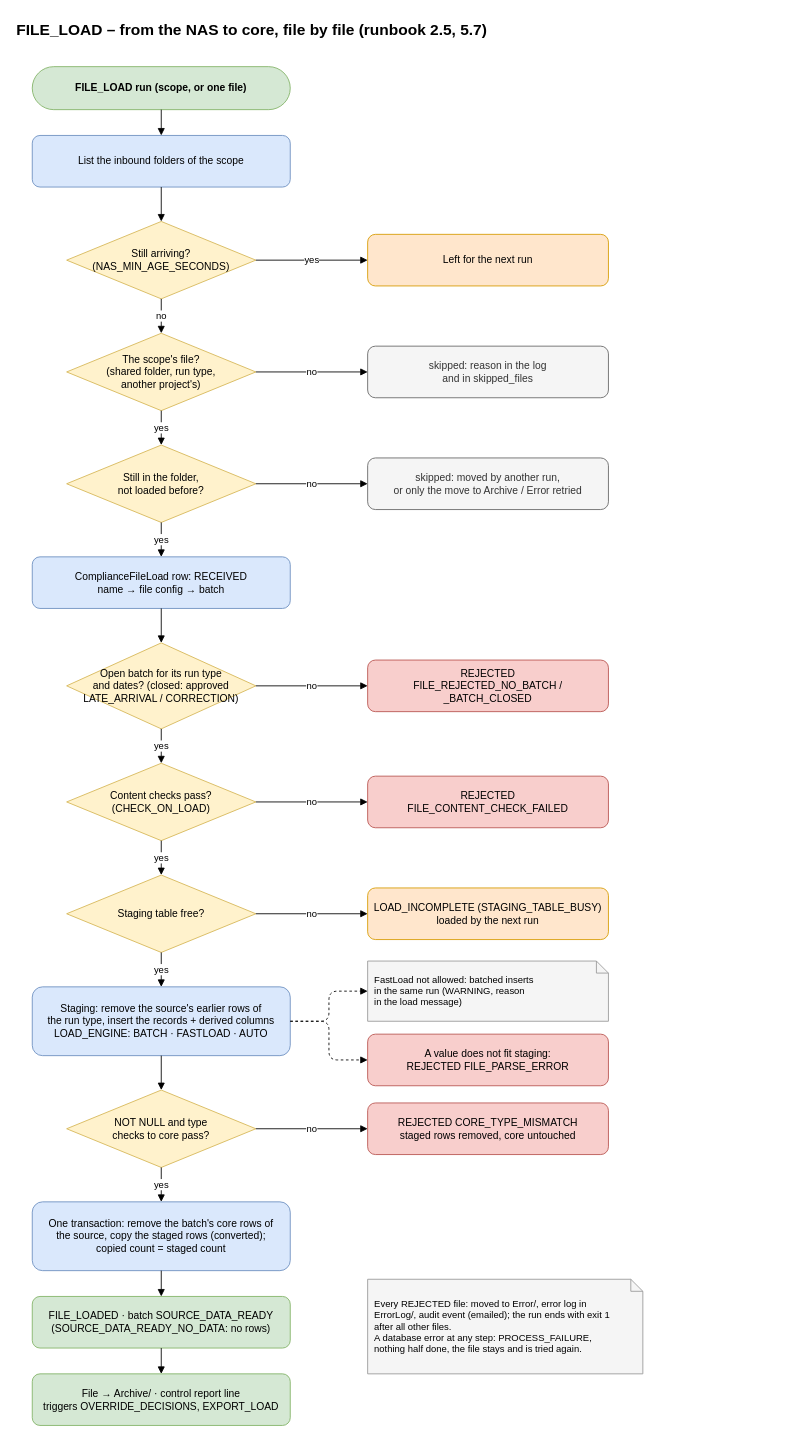
Above: airflow_resources/docs/diagrams/pages/06_file_load.drawio in trinathgundavaram/framework (draw.io), before the change. Source tidied: cells renumbered, new cells numbered last; positions are measured from the earlier drawing's top-left corner, leaving out a move shared by most shapes. Both pictures are drawn from the tidied source at 86%, with x=0, y=0 at pixel (15, 15).
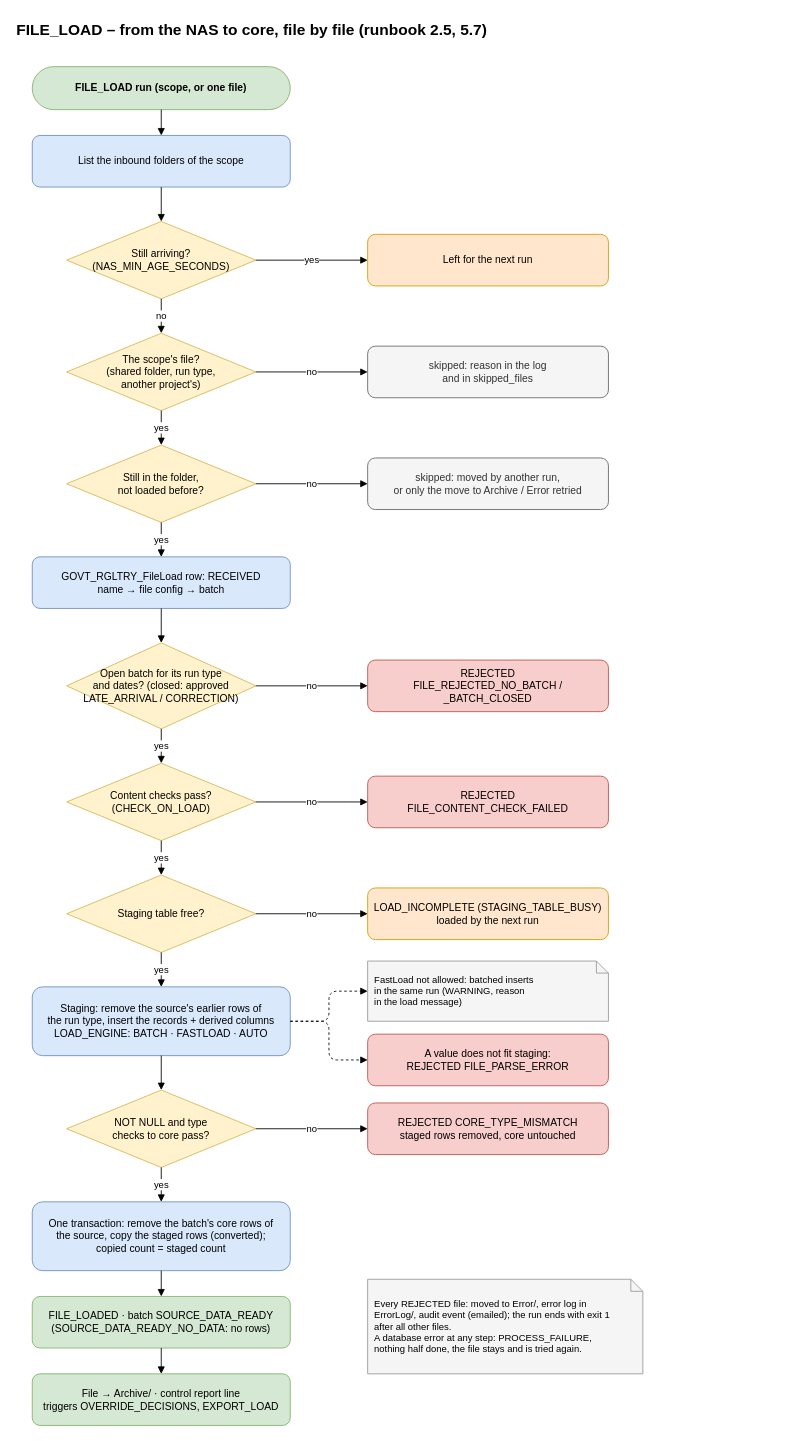
The same diagram, later.

The edit, as a diff of the source:
```diff
@@
-    <mxCell id="11" value="ComplianceFileLoad row: RECEIVED&lt;br&gt;name → file config → batch" style="rounded=1;whiteSpace=wrap;html=1;fillColor=#dae8fc;strokeColor=#6c8ebf;" parent="1" vertex="1">
+    <mxCell id="11" value="GOVT_RGLTRY_FileLoad row: RECEIVED&lt;br&gt;name → file config → batch" style="rounded=1;whiteSpace=wrap;html=1;fillColor=#dae8fc;strokeColor=#6c8ebf;" parent="1" vertex="1">
       <mxGeometry x="20" y="630" width="300" height="60" as="geometry" />
     </mxCell>
```
